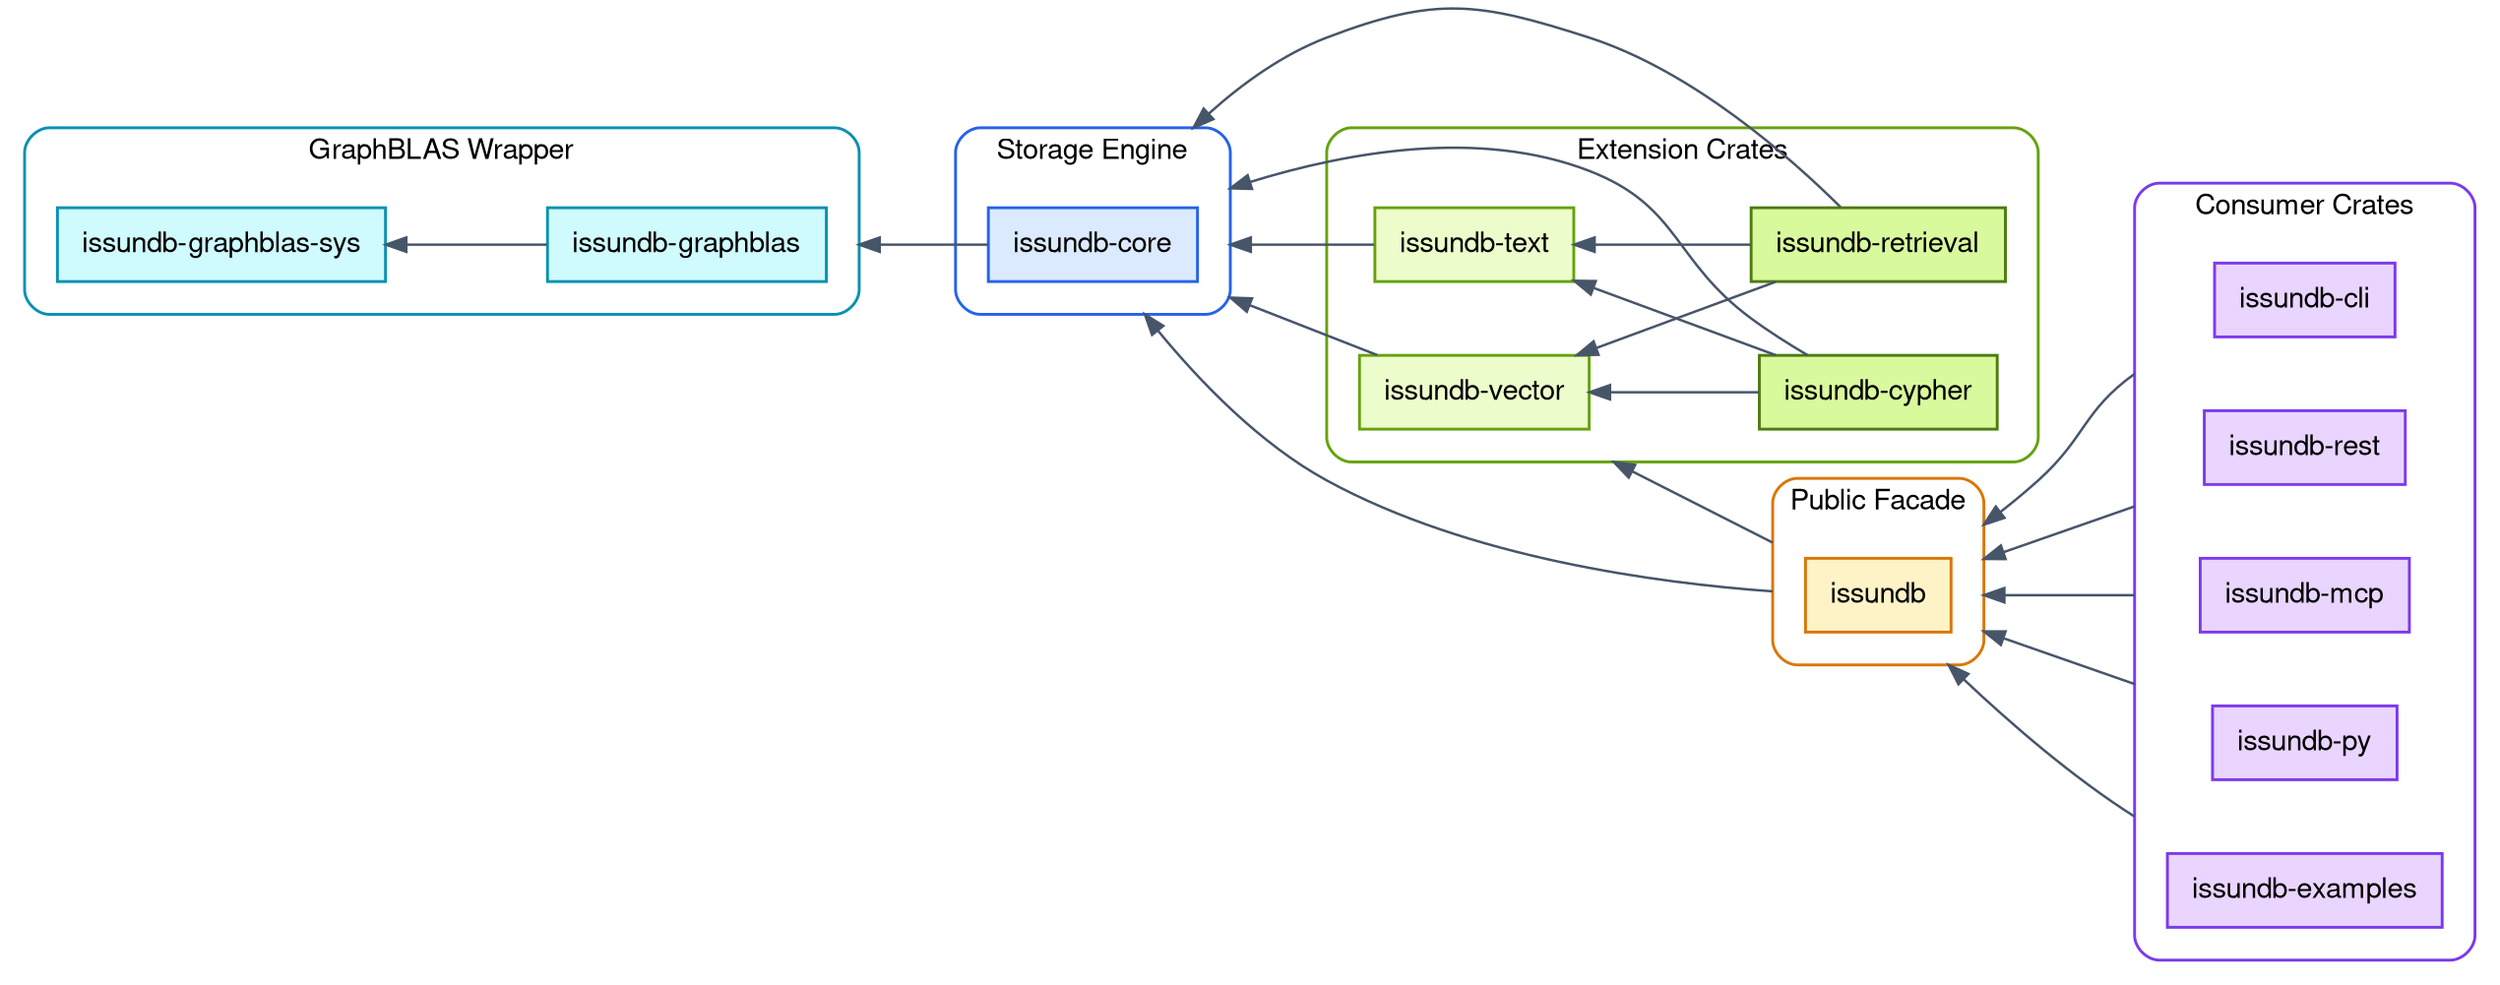
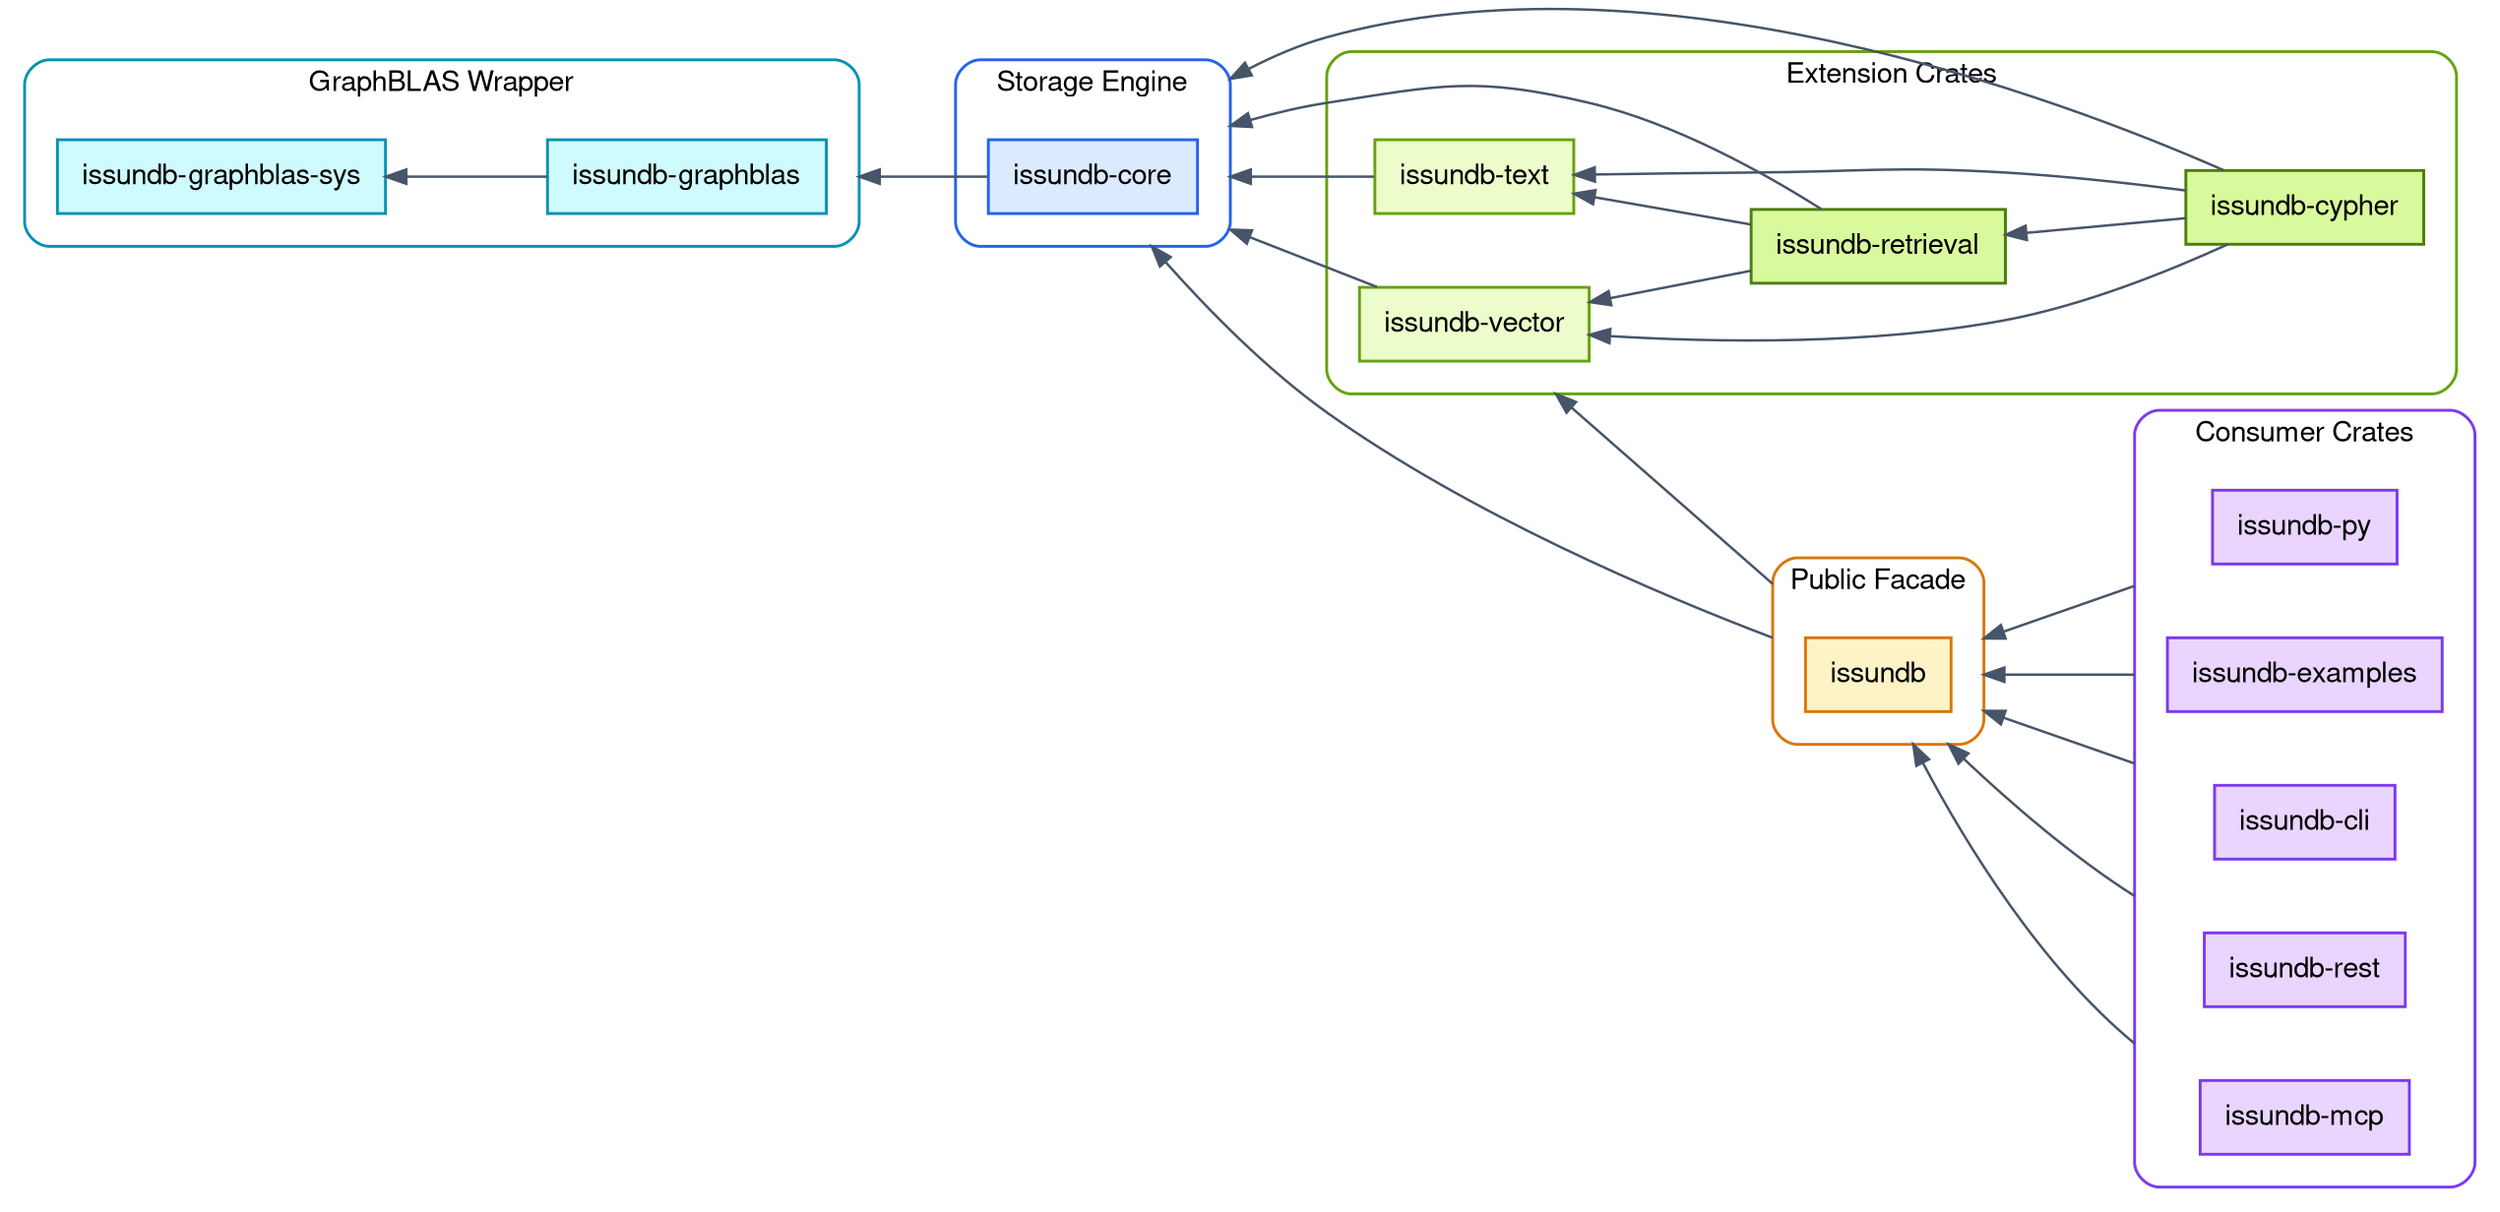
digraph IssunDBArchitecture {
    fontname = "Helvetica,Arial,sans-serif"
    layout = dot
    rankdir = RL
    ranksep = 1.1
    nodesep = 0.5
    splines = true
    bgcolor = "white"
    compound = true

    node [
    fontname = "Helvetica,Arial,sans-serif",
    shape = rect,
    style = "filled",
    color = "#475569",
    fillcolor = "white",
    penwidth = 1.4,
    margin = "0.16,0.10"
    ]

    edge [
    fontname = "Helvetica,Arial,sans-serif",
    fontsize = 10,
    color = "#475569",
    fontcolor = "#475569",
    penwidth = 1.2
    ]

    // ---------------------------------------------------------------
 // GraphBLAS foundation: raw FFI and safe wrapper.
 // ---------------------------------------------------------------
    subgraph cluster_graphblas {
    label = "GraphBLAS Wrapper"
    fontname = "Helvetica,Arial,sans-serif"
    fontsize = 14
    style = "rounded"
    color = "#0891B2"
    penwidth = 1.4
    margin = 16

    graphblas_sys [label = "issundb-graphblas-sys", fillcolor = "#CFFAFE", color = "#0891B2"]
    graphblas [label = "issundb-graphblas", fillcolor = "#CFFAFE", color = "#0891B2"]
    }

    // ---------------------------------------------------------------
 // Storage engine: the foundation crate.
 // ---------------------------------------------------------------
    subgraph cluster_core {
    label = "Storage Engine"
    fontname = "Helvetica,Arial,sans-serif"
    fontsize = 14
    style = "rounded"
    color = "#2563EB"
    penwidth = 1.4
    margin = 16

    core [label = "issundb-core", fillcolor = "#DBEAFE", color = "#2563EB"]
    }

    // ---------------------------------------------------------------
 // Extension crates: depend on core, never on each other upward.
 // ---------------------------------------------------------------
    subgraph cluster_ext {
    label = "Extension Crates"
    fontname = "Helvetica,Arial,sans-serif"
    fontsize = 14
    style = "rounded"
    color = "#65A30D"
    penwidth = 1.4
    margin = 16

    vector [label = "issundb-vector", fillcolor = "#ECFCCB", color = "#65A30D"]
    text [label = "issundb-text", fillcolor = "#ECFCCB", color = "#65A30D"]
    retrieval [label = "issundb-retrieval", fillcolor = "#D9F99D", color = "#4D7C0F"]
    cypher [label = "issundb-cypher", fillcolor = "#D9F99D", color = "#4D7C0F"]
    }

    // ---------------------------------------------------------------
 // Public facade.
 // ---------------------------------------------------------------
    subgraph cluster_facade {
    label = "Public Facade"
    fontname = "Helvetica,Arial,sans-serif"
    fontsize = 14
    style = "rounded"
    color = "#D97706"
    penwidth = 1.4
    margin = 16

    facade [label = "issundb", fillcolor = "#FEF3C7", color = "#D97706"]
    }

    // ---------------------------------------------------------------
 // Consumers: bindings, servers, tools. Facade-only.
 // ---------------------------------------------------------------
    subgraph cluster_consumers {
    label = "Consumer Crates"
    fontname = "Helvetica,Arial,sans-serif"
    fontsize = 14
    style = "rounded"
    color = "#7C3AED"
    penwidth = 1.4
    margin = 16

    cli [label = "issundb-cli", fillcolor = "#E9D5FF", color = "#7C3AED"]
    rest [label = "issundb-rest", fillcolor = "#E9D5FF", color = "#7C3AED"]
    mcp [label = "issundb-mcp", fillcolor = "#E9D5FF", color = "#7C3AED"]
    py_bind [label = "issundb-py", fillcolor = "#E9D5FF", color = "#7C3AED"]
    examples [label = "issundb-examples", fillcolor = "#E9D5FF", color = "#7C3AED"]
    }

    // ---------------------------------------------------------------
 // Dependency edges (point from dependent to dependency).
 // lhead/ltail clip the edge at the cluster border (compound = true)
 // so arrows attach to the enclosing cluster, not the inner box.
 // ---------------------------------------------------------------

    // GraphBLAS internal edge.
    graphblas -> graphblas_sys

    // Core depends on the safe GraphBLAS wrapper.
    core -> graphblas [lhead = cluster_graphblas]

    // Extension crates depend on core.
    vector -> core [lhead = cluster_core]
    text -> core [lhead = cluster_core]
    retrieval -> core [lhead = cluster_core]
    retrieval -> vector
    retrieval -> text
    cypher -> core [lhead = cluster_core]
    cypher -> text
    cypher -> vector
+     cypher -> retrieval

    // Facade composes the extensions and core.
    facade -> core [ltail = cluster_facade, lhead = cluster_core]
    facade -> vector [ltail = cluster_facade, lhead = cluster_ext]

    // Consumers depend only on the facade.
    cli -> facade [ltail = cluster_consumers, lhead = cluster_facade]
    rest -> facade [ltail = cluster_consumers, lhead = cluster_facade]
    mcp -> facade [ltail = cluster_consumers, lhead = cluster_facade]
    py_bind -> facade [ltail = cluster_consumers, lhead = cluster_facade]
    examples -> facade [ltail = cluster_consumers, lhead = cluster_facade]
}
